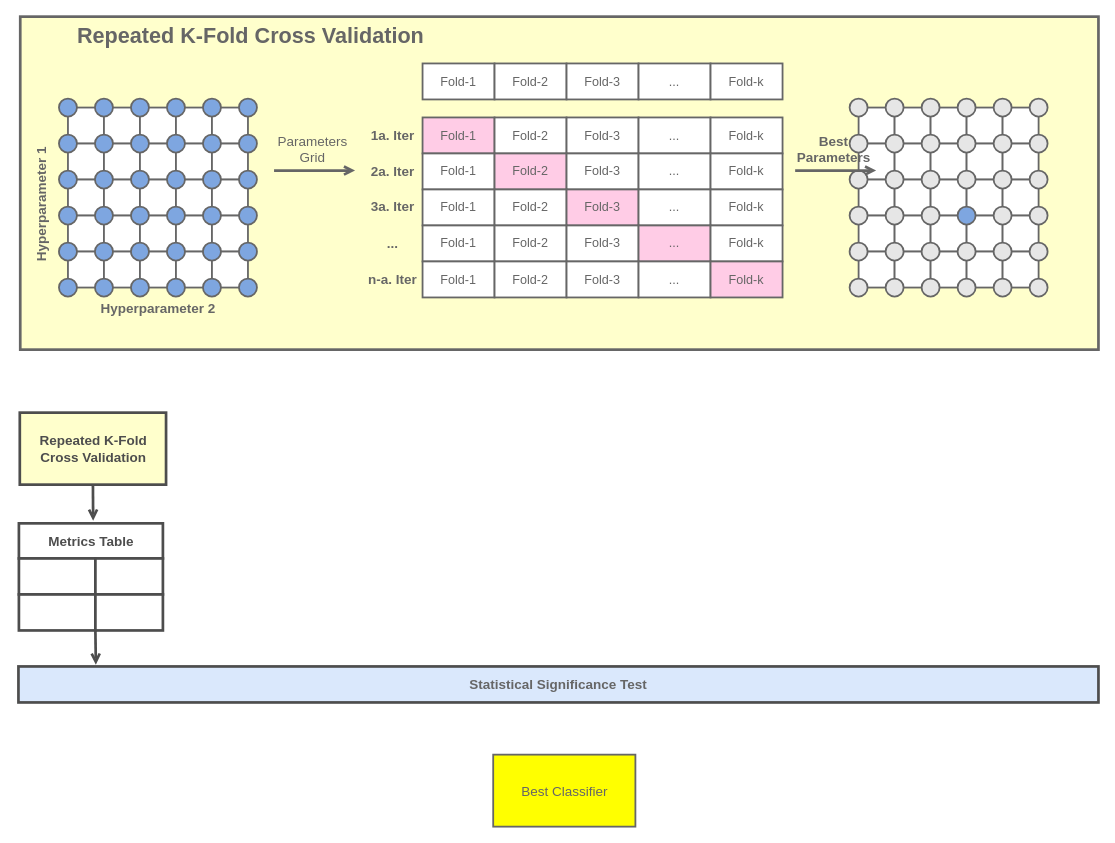
The draw.io diagram figures/repeated-cross-validation-scheme.drawio in gomesluiz/long-lived-bug-bert-based-prediction, before the edit. Source tidied: cells renumbered, new cells numbered last; positions are measured from the earlier drawing's top-left corner, leaving out a move shared by most shapes. Both pictures are drawn from the tidied source at 90%, with x=0, y=0 at pixel (-18, 16).
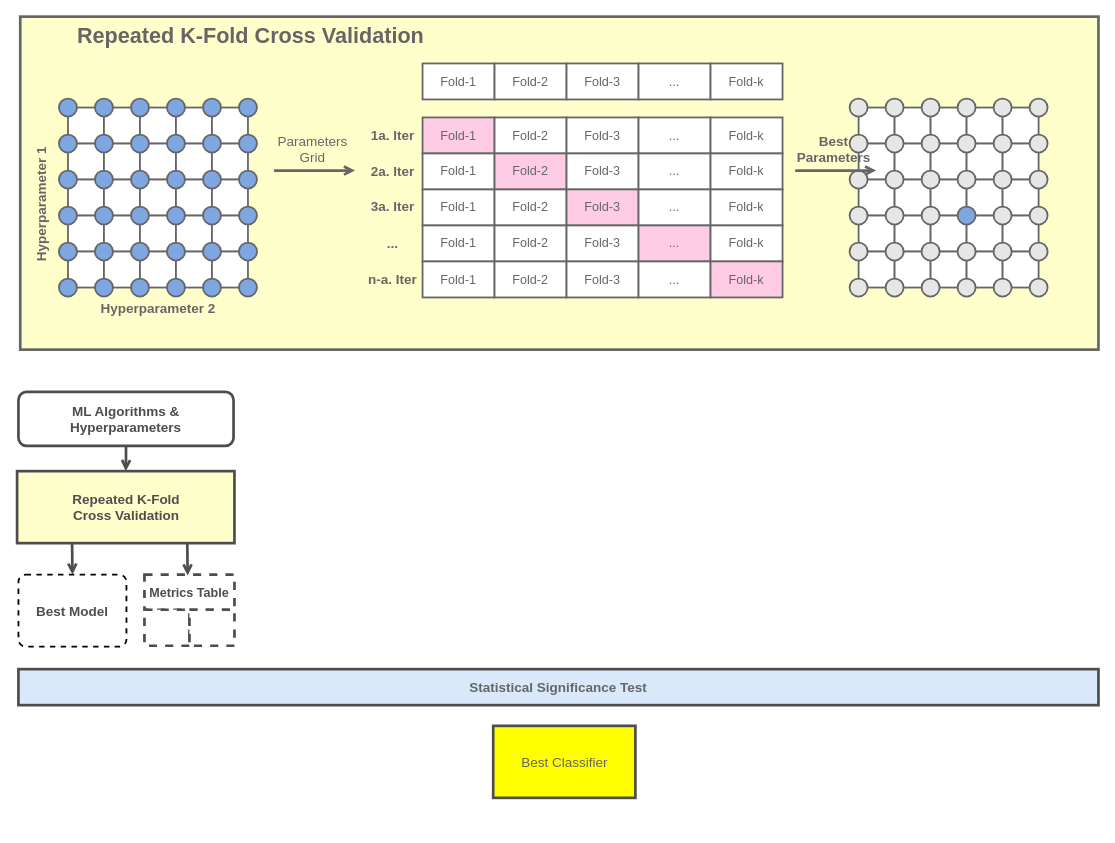
After the change.

What changed in the source:
```diff
@@
     <mxCell id="166" value="&lt;font style=&quot;font-size: 15px&quot; color=&quot;#4d4d4d&quot;&gt;&lt;b&gt;Repeated K-Fold &lt;br&gt;Cross Validation&lt;/b&gt;&lt;/font&gt;" style="rounded=0;whiteSpace=wrap;html=1;strokeColor=#4D4D4D;fillColor=#FFFFCC;strokeWidth=3;" parent="1" vertex="1">
-      <mxGeometry x="41.5" y="440" width="162.5" height="80" as="geometry" />
+      <mxGeometry x="38.5" y="505" width="241.5" height="80" as="geometry" />
     </mxCell>
-    <mxCell id="167" value="&lt;font style=&quot;font-size: 15px&quot; color=&quot;#4d4d4d&quot;&gt;&lt;b&gt;Metrics Table&lt;/b&gt;&lt;/font&gt;" style="rounded=0;whiteSpace=wrap;html=1;strokeColor=#4D4D4D;fillColor=default;strokeWidth=3;" parent="1" vertex="1">
-      <mxGeometry x="40.5" y="563" width="160" height="39" as="geometry" />
+    <mxCell id="167" value="&lt;font color=&quot;#4d4d4d&quot; size=&quot;1&quot;&gt;&lt;span style=&quot;font-size: 14px&quot;&gt;Metrics Table&lt;/span&gt;&lt;/font&gt;" style="rounded=0;whiteSpace=wrap;html=1;strokeColor=#4D4D4D;fillColor=default;strokeWidth=3;dashed=1;fontStyle=1;" parent="1" vertex="1">
+      <mxGeometry x="180" y="620" width="100" height="39" as="geometry" />
     </mxCell>
-    <mxCell id="168" style="rounded=0;whiteSpace=wrap;html=1;strokeColor=#4D4D4D;fillColor=default;strokeWidth=3;" parent="1" vertex="1">
-      <mxGeometry x="40.5" y="602" width="85" height="40" as="geometry" />
+    <mxCell id="168" style="rounded=0;whiteSpace=wrap;html=1;strokeColor=#4D4D4D;fillColor=default;strokeWidth=3;dashed=1;fontStyle=1;" parent="1" vertex="1">
+      <mxGeometry x="180" y="659" width="50" height="40" as="geometry" />
     </mxCell>
-    <mxCell id="169" style="rounded=0;whiteSpace=wrap;html=1;strokeColor=#4D4D4D;fillColor=default;strokeWidth=3;" parent="1" vertex="1">
-      <mxGeometry x="125.5" y="602" width="75" height="40" as="geometry" />
+    <mxCell id="169" style="rounded=0;whiteSpace=wrap;html=1;strokeColor=#4D4D4D;fillColor=default;strokeWidth=3;dashed=1;fontStyle=1;" parent="1" vertex="1">
+      <mxGeometry x="230" y="659" width="50" height="40" as="geometry" />
     </mxCell>
-    <mxCell id="170" style="rounded=0;whiteSpace=wrap;html=1;strokeColor=#4D4D4D;fillColor=default;strokeWidth=3;" parent="1" vertex="1">
-      <mxGeometry x="40.5" y="642" width="85" height="40" as="geometry" />
-    </mxCell>
-    <mxCell id="171" style="rounded=0;whiteSpace=wrap;html=1;strokeColor=#4D4D4D;fillColor=default;strokeWidth=3;" parent="1" vertex="1">
-      <mxGeometry x="125.5" y="642" width="75" height="40" as="geometry" />
-    </mxCell>
     <mxCell id="172" value="&lt;font color=&quot;#666666&quot; style=&quot;font-size: 15px&quot;&gt;&lt;b&gt;Statistical Significance Test&lt;/b&gt;&lt;/font&gt;" style="rounded=0;whiteSpace=wrap;html=1;strokeColor=#4D4D4D;fillColor=#dae8fc;strokeWidth=3;" parent="1" vertex="1">
-      <mxGeometry x="40" y="722" width="1200" height="40" as="geometry" />
+      <mxGeometry x="40" y="725" width="1200" height="40" as="geometry" />
     </mxCell>
-    <mxCell id="173" value="&lt;font color=&quot;#666666&quot; style=&quot;font-size: 15px&quot;&gt;Best Classifier&lt;/font&gt;" style="rounded=0;whiteSpace=wrap;html=1;strokeColor=#666666;fillColor=#FFFF00;strokeWidth=2;" parent="1" vertex="1">
-      <mxGeometry x="567.5" y="820" width="158" height="80" as="geometry" />
+    <mxCell id="173" value="&lt;font color=&quot;#666666&quot; style=&quot;font-size: 15px&quot;&gt;Best Classifier&lt;/font&gt;" style="rounded=0;whiteSpace=wrap;html=1;strokeColor=#4D4D4D;fillColor=#FFFF00;strokeWidth=3;" parent="1" vertex="1">
+      <mxGeometry x="567.5" y="788" width="158" height="80" as="geometry" />
     </mxCell>
-    <mxCell id="174" style="endArrow=open;html=1;rounded=0;endFill=0;strokeWidth=3;strokeColor=#4D4D4D;exitX=0.5;exitY=1;exitDx=0;exitDy=0;" parent="1" edge="1" source="166">
-      <mxGeometry relative="1" as="geometry">
-        <mxPoint x="123" y="560" as="targetPoint" />
-      </mxGeometry>
-    </mxCell>
-    <mxCell id="175" style="endArrow=open;html=1;rounded=0;endFill=0;strokeWidth=3;strokeColor=#4D4D4D;exitX=1;exitY=1;exitDx=0;exitDy=0;" parent="1" edge="1" source="170">
-      <mxGeometry relative="1" as="geometry">
-        <mxPoint x="126" y="720" as="targetPoint" />
-      </mxGeometry>
-    </mxCell>
@@
+    <mxCell id="177" style="edgeStyle=orthogonalEdgeStyle;rounded=0;jettySize=auto;html=1;entryX=0.5;entryY=0;entryDx=0;entryDy=0;fontFamily=Helvetica;fontSize=15;fontColor=#4D4D4D;endArrow=open;endFill=0;strokeColor=#4D4D4D;strokeWidth=3;" parent="1" edge="1" source="178" target="166">
+      <mxGeometry relative="1" as="geometry" />
+    </mxCell>
+    <mxCell id="178" value="&lt;b&gt;ML Algorithms &amp;amp; Hyperparameters&lt;/b&gt;" style="rounded=1;whiteSpace=wrap;html=1;fontFamily=Helvetica;fontSize=15;fontColor=#4D4D4D;strokeColor=#4D4D4D;strokeWidth=3;fillColor=#FFFFFF;" parent="1" vertex="1">
+      <mxGeometry x="40" y="417" width="239" height="60" as="geometry" />
+    </mxCell>
+    <mxCell id="179" value="Best Model" style="rounded=1;arcSize=10;dashed=1;strokeColor=#000000;fillColor=none;gradientColor=none;strokeWidth=2;fontFamily=Helvetica;fontSize=15;fontColor=#4D4D4D;fontStyle=1;" parent="1" vertex="1">
+      <mxGeometry x="40" y="620" width="120" height="80" as="geometry" />
+    </mxCell>
+    <mxCell id="180" style="endArrow=open;html=1;rounded=0;fontFamily=Helvetica;fontSize=15;fontColor=#4D4D4D;strokeColor=#4D4D4D;strokeWidth=3;exitX=0.104;exitY=0.996;exitDx=0;exitDy=0;exitPerimeter=0;endFill=0;" parent="1" edge="1">
+      <mxGeometry relative="1" as="geometry">
+        <mxPoint x="99.6" y="584.7" as="sourcePoint" />
+        <mxPoint x="100" y="620" as="targetPoint" />
+      </mxGeometry>
+    </mxCell>
+    <mxCell id="181" style="endArrow=open;html=1;rounded=0;fontFamily=Helvetica;fontSize=15;fontColor=#4D4D4D;strokeColor=#4D4D4D;strokeWidth=3;exitX=0.104;exitY=0.996;exitDx=0;exitDy=0;exitPerimeter=0;endFill=0;" parent="1" edge="1">
+      <mxGeometry relative="1" as="geometry">
+        <mxPoint x="227.6" y="585.7" as="sourcePoint" />
+        <mxPoint x="228" y="621" as="targetPoint" />
+      </mxGeometry>
+    </mxCell>
```
